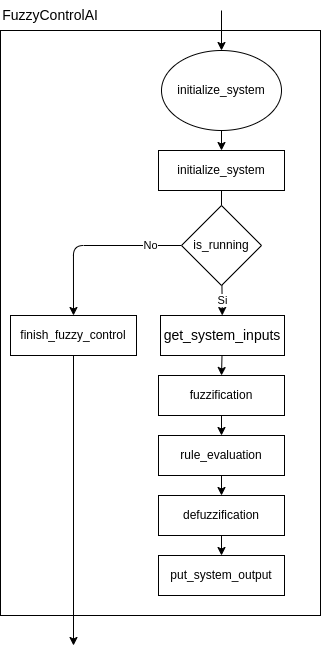
Above: doc/fuzzyControl.png in kuhiu/smartnav-platform (draw.io), before the change. Source tidied: cells renumbered, new cells last; positions are measured from the earlier drawing's top-left corner, leaving out a move shared by most shapes.
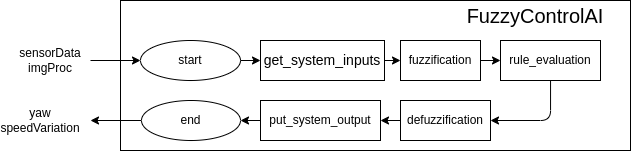
Later version of the same file.

Diff of the diagram source:
```diff
@@ -2,72 +2,72 @@
   <root>
     <mxCell id="0" />
     <mxCell id="1" parent="0" />
-    <mxCell id="2" style="edgeStyle=none;html=1;fontColor=default;entryX=0.5;entryY=0;entryDx=0;entryDy=0;" parent="1" edge="1" source="3" target="6">
-      <mxGeometry relative="1" as="geometry" />
-    </mxCell>
+    <mxCell id="19" style="rounded=0;whiteSpace=wrap;html=1;fillColor=none;strokeColor=#000000;fontColor=#000000;" parent="1" vertex="1">
+      <mxGeometry x="-250" y="30" width="510" height="150" as="geometry" />
+    </mxCell>
+    <mxCell id="23" style="edgeStyle=none;html=1;startArrow=classic;startFill=1;endArrow=none;endFill=0;strokeColor=#000000;fontColor=#000000;" parent="1" edge="1" source="3">
+      <mxGeometry relative="1" as="geometry">
+        <mxPoint x="-280" y="90" as="targetPoint" />
+      </mxGeometry>
+    </mxCell>
-    <mxCell id="3" value="initialize_system" style="ellipse;whiteSpace=wrap;html=1;fontColor=default;strokeColor=default;fillColor=default;gradientColor=none;" parent="1" vertex="1">
-      <mxGeometry x="161" y="50" width="120" height="80" as="geometry" />
+    <mxCell id="3" value="start" style="ellipse;whiteSpace=wrap;html=1;fontColor=#000000;strokeColor=#000000;fillColor=default;gradientColor=none;" parent="1" vertex="1">
+      <mxGeometry x="-230" y="70" width="100" height="40" as="geometry" />
     </mxCell>
-    <mxCell id="4" value="&lt;span style=&quot;font-size: 14px&quot;&gt;FuzzyControlAI&lt;/span&gt;" style="text;html=1;strokeColor=none;fillColor=none;align=center;verticalAlign=middle;whiteSpace=wrap;rounded=0;fontColor=default;" parent="1" vertex="1">
-      <mxGeometry x="20" width="60" height="30" as="geometry" />
+    <mxCell id="4" value="&lt;span style=&quot;font-size: 20px;&quot;&gt;FuzzyControlAI&lt;/span&gt;" style="text;html=1;strokeColor=none;fillColor=none;align=center;verticalAlign=middle;whiteSpace=wrap;rounded=0;fontColor=#000000;fontSize=20;" parent="1" vertex="1">
+      <mxGeometry x="90" y="30" width="150" height="30" as="geometry" />
     </mxCell>
-    <mxCell id="5" value="Si" style="edgeStyle=none;html=1;startArrow=none;" parent="1" edge="1" source="21" target="8">
-      <mxGeometry relative="1" as="geometry" />
-    </mxCell>
-    <mxCell id="6" value="&lt;span&gt;initialize_&lt;/span&gt;&lt;span&gt;system&lt;/span&gt;" style="rounded=0;whiteSpace=wrap;html=1;" parent="1" vertex="1">
-      <mxGeometry x="158" y="150" width="126" height="40" as="geometry" />
-    </mxCell>
+    <mxCell id="24" style="edgeStyle=none;html=1;strokeColor=#000000;fontColor=#000000;" parent="1" edge="1" target="8">
+      <mxGeometry relative="1" as="geometry">
+        <mxPoint x="-130" y="90" as="sourcePoint" />
+      </mxGeometry>
+    </mxCell>
-    <mxCell id="7" style="edgeStyle=none;html=1;entryX=0.5;entryY=0;entryDx=0;entryDy=0;" parent="1" edge="1" source="8" target="10">
+    <mxCell id="7" style="edgeStyle=none;html=1;strokeColor=#000000;fontColor=#000000;" parent="1" edge="1" source="8" target="10">
       <mxGeometry relative="1" as="geometry" />
     </mxCell>
-    <mxCell id="8" value="&lt;span style=&quot;font-size: 14px&quot;&gt;get_system_&lt;/span&gt;&lt;span style=&quot;font-size: 14px&quot;&gt;inputs&lt;/span&gt;" style="rounded=0;whiteSpace=wrap;html=1;" parent="1" vertex="1">
-      <mxGeometry x="160" y="315" width="124" height="40" as="geometry" />
+    <mxCell id="8" value="&lt;span style=&quot;font-size: 14px&quot;&gt;get_system_&lt;/span&gt;&lt;span style=&quot;font-size: 14px&quot;&gt;inputs&lt;/span&gt;" style="rounded=0;whiteSpace=wrap;html=1;strokeColor=#000000;fontColor=#000000;" parent="1" vertex="1">
+      <mxGeometry x="-110" y="70" width="124" height="40" as="geometry" />
     </mxCell>
-    <mxCell id="9" style="edgeStyle=none;html=1;entryX=0.5;entryY=0;entryDx=0;entryDy=0;" parent="1" edge="1" source="10" target="12">
+    <mxCell id="9" style="edgeStyle=orthogonalEdgeStyle;html=1;strokeColor=#000000;fontColor=#000000;" parent="1" edge="1" source="10" target="12">
       <mxGeometry relative="1" as="geometry" />
     </mxCell>
-    <mxCell id="10" value="fuzzification" style="rounded=0;whiteSpace=wrap;html=1;" parent="1" vertex="1">
-      <mxGeometry x="158" y="375" width="126" height="40" as="geometry" />
+    <mxCell id="10" value="fuzzification" style="rounded=0;whiteSpace=wrap;html=1;strokeColor=#000000;fontColor=#000000;" parent="1" vertex="1">
+      <mxGeometry x="30" y="70" width="80" height="40" as="geometry" />
     </mxCell>
-    <mxCell id="11" style="edgeStyle=none;html=1;" parent="1" edge="1" source="12" target="14">
-      <mxGeometry relative="1" as="geometry" />
+    <mxCell id="11" style="edgeStyle=orthogonalEdgeStyle;html=1;strokeColor=#000000;fontColor=#000000;" parent="1" edge="1" source="12" target="14">
+      <mxGeometry relative="1" as="geometry">
+        <Array as="points">
+          <mxPoint x="180" y="150" />
+        </Array>
+      </mxGeometry>
     </mxCell>
-    <mxCell id="12" value="rule_evaluation" style="rounded=0;whiteSpace=wrap;html=1;" parent="1" vertex="1">
-      <mxGeometry x="158" y="435" width="126" height="40" as="geometry" />
+    <mxCell id="12" value="rule_evaluation" style="rounded=0;whiteSpace=wrap;html=1;strokeColor=#000000;fontColor=#000000;" parent="1" vertex="1">
+      <mxGeometry x="130" y="70" width="100" height="40" as="geometry" />
     </mxCell>
-    <mxCell id="13" style="edgeStyle=none;html=1;entryX=0.5;entryY=0;entryDx=0;entryDy=0;" parent="1" edge="1" source="14" target="15">
+    <mxCell id="13" style="edgeStyle=none;html=1;entryX=1;entryY=0.5;entryDx=0;entryDy=0;strokeColor=#000000;fontColor=#000000;" parent="1" edge="1" source="14" target="15">
       <mxGeometry relative="1" as="geometry" />
     </mxCell>
-    <mxCell id="14" value="defuzzification" style="rounded=0;whiteSpace=wrap;html=1;" parent="1" vertex="1">
-      <mxGeometry x="158" y="495" width="126" height="40" as="geometry" />
+    <mxCell id="14" value="defuzzification" style="rounded=0;whiteSpace=wrap;html=1;strokeColor=#000000;fontColor=#000000;" parent="1" vertex="1">
+      <mxGeometry x="30" y="130" width="90" height="40" as="geometry" />
     </mxCell>
+    <mxCell id="25" style="edgeStyle=none;html=1;startArrow=none;startFill=0;endArrow=classic;endFill=1;strokeColor=#000000;fontColor=#000000;" parent="1" edge="1" source="15" target="27">
+      <mxGeometry relative="1" as="geometry" />
+    </mxCell>
-    <mxCell id="15" value="put_system_output" style="rounded=0;whiteSpace=wrap;html=1;" parent="1" vertex="1">
-      <mxGeometry x="158" y="555" width="126" height="40" as="geometry" />
+    <mxCell id="15" value="put_system_output" style="rounded=0;whiteSpace=wrap;html=1;strokeColor=#000000;fontColor=#000000;" parent="1" vertex="1">
+      <mxGeometry x="-110" y="130" width="120" height="40" as="geometry" />
     </mxCell>
-    <mxCell id="16" style="edgeStyle=none;html=1;startArrow=none;startFill=0;endArrow=classic;endFill=1;" parent="1" edge="1" source="17">
-      <mxGeometry relative="1" as="geometry">
-        <mxPoint x="73" y="645" as="targetPoint" />
-      </mxGeometry>
-    </mxCell>
-    <mxCell id="17" value="finish_fuzzy_control" style="rounded=0;whiteSpace=wrap;html=1;" parent="1" vertex="1">
-      <mxGeometry x="10" y="315" width="126" height="40" as="geometry" />
-    </mxCell>
-    <mxCell id="18" style="edgeStyle=none;html=1;exitX=0.5;exitY=0;exitDx=0;exitDy=0;startArrow=classic;startFill=1;endArrow=none;endFill=0;" parent="1" edge="1" source="3">
-      <mxGeometry relative="1" as="geometry">
-        <mxPoint x="221" y="10" as="targetPoint" />
-      </mxGeometry>
-    </mxCell>
-    <mxCell id="19" style="rounded=0;whiteSpace=wrap;html=1;fillColor=none;" parent="1" vertex="1">
-      <mxGeometry y="30" width="320" height="585" as="geometry" />
-    </mxCell>
-    <mxCell id="20" value="No" style="edgeStyle=orthogonalEdgeStyle;html=1;entryX=0.5;entryY=0;entryDx=0;entryDy=0;startArrow=none;startFill=0;endArrow=classic;endFill=1;" parent="1" edge="1" source="21" target="17">
-      <mxGeometry x="-0.65" relative="1" as="geometry" />
-    </mxCell>
-    <mxCell id="21" value="is_running" style="rhombus;whiteSpace=wrap;html=1;fontColor=default;strokeColor=default;fillColor=default;gradientColor=none;" parent="1" vertex="1">
-      <mxGeometry x="181" y="205" width="80" height="80" as="geometry" />
-    </mxCell>
-    <mxCell id="22" style="edgeStyle=none;html=1;endArrow=none;" parent="1" edge="1" source="6" target="21">
-      <mxGeometry relative="1" as="geometry" />
-    </mxCell>
+    <mxCell id="26" style="edgeStyle=none;html=1;startArrow=none;startFill=0;endArrow=classic;endFill=1;strokeColor=#000000;fontColor=#000000;" parent="1" edge="1" source="27">
+      <mxGeometry relative="1" as="geometry">
+        <mxPoint x="-280" y="150" as="targetPoint" />
+      </mxGeometry>
+    </mxCell>
+    <mxCell id="27" value="end" style="ellipse;whiteSpace=wrap;html=1;fontColor=#000000;strokeColor=#000000;fillColor=default;gradientColor=none;" parent="1" vertex="1">
+      <mxGeometry x="-229" y="130" width="99" height="40" as="geometry" />
+    </mxCell>
+    <mxCell id="28" value="sensorData&lt;br&gt;imgProc" style="text;html=1;strokeColor=none;fillColor=none;align=center;verticalAlign=middle;whiteSpace=wrap;rounded=0;fontColor=#000000;" parent="1" vertex="1">
+      <mxGeometry x="-350" y="75" width="60" height="30" as="geometry" />
+    </mxCell>
+    <mxCell id="29" value="yaw&lt;br&gt;speedVariation" style="text;html=1;strokeColor=none;fillColor=none;align=center;verticalAlign=middle;whiteSpace=wrap;rounded=0;fontColor=#000000;" parent="1" vertex="1">
+      <mxGeometry x="-360" y="135" width="60" height="30" as="geometry" />
+    </mxCell>
   </root>
 </mxGraphModel>
```
